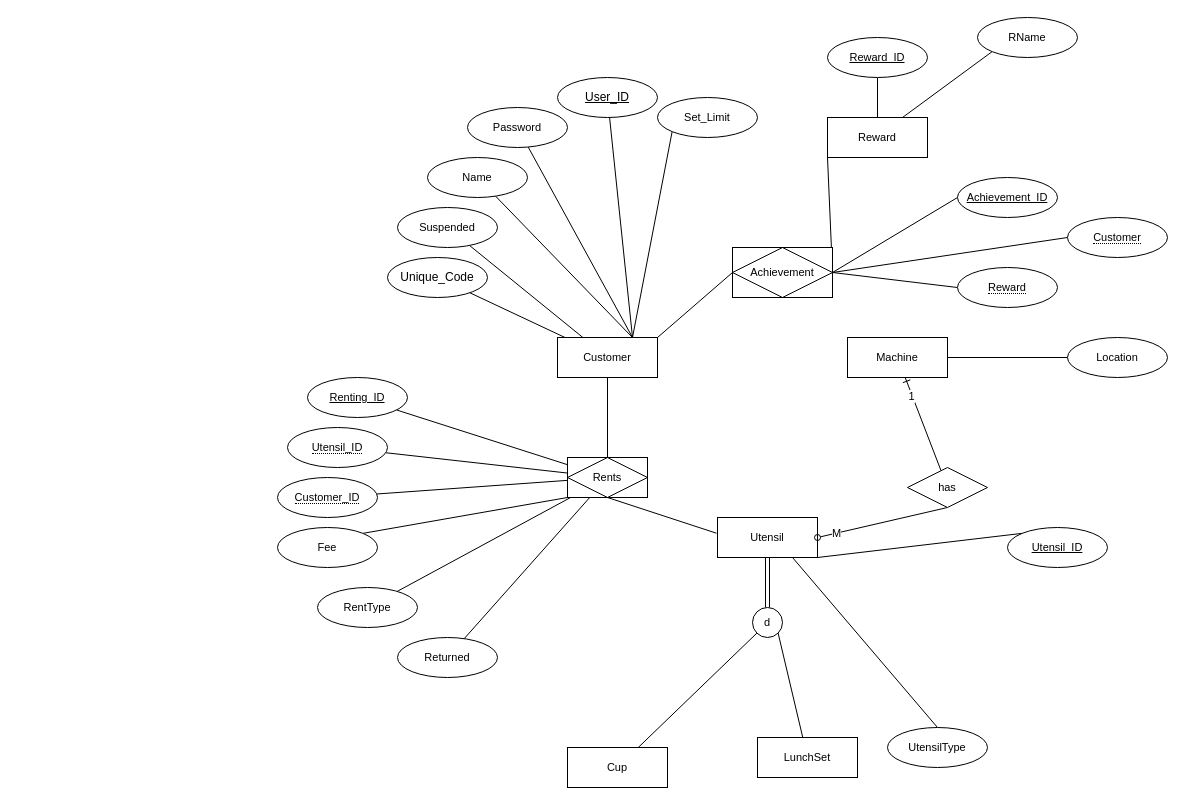
Before: page "Page-1" (1 of 3) of ERD.drawio in tp12356twNccu/OOP_1122_finalProject_Group12, a draw.io diagram. Source tidied: cells renumbered, new cells numbered last; positions are measured from the earlier drawing's top-left corner, leaving out a move shared by most shapes. Both pictures are drawn from the tidied source at 100%, with x=0, y=0 at pixel (277, 17).
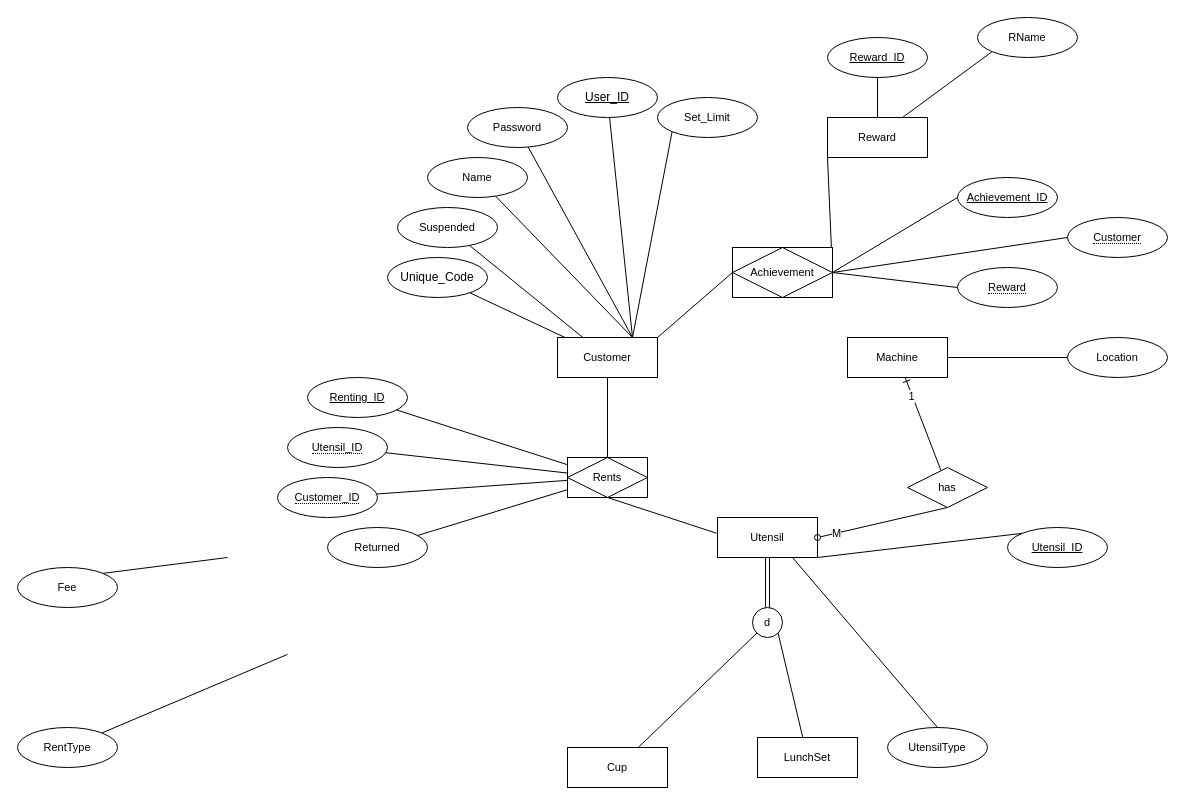
The same page after the edit.

The change refers to these unchanged cells:
```xml
<mxCell id="19" value="Rents" style="shape=associativeEntity;whiteSpace=wrap;html=1;align=center;fontFamily=Helvetica;fontSize=11;fontColor=default;labelBackgroundColor=default;" parent="1" vertex="1">
  <mxGeometry x="290" y="440" width="80" height="40" as="geometry" />
</mxCell>
```

What changed in the source:
```diff
@@
-    <mxCell id="29" style="edgeStyle=none;rounded=0;jettySize=auto;html=1;strokeColor=default;align=center;verticalAlign=middle;fontFamily=Helvetica;fontSize=11;fontColor=default;labelBackgroundColor=default;endArrow=none;endFill=0;" parent="1" edge="1" source="30" target="19">
-      <mxGeometry relative="1" as="geometry" />
+    <mxCell id="29" style="edgeStyle=none;rounded=0;jettySize=auto;html=1;strokeColor=default;align=center;verticalAlign=middle;fontFamily=Helvetica;fontSize=11;fontColor=default;labelBackgroundColor=default;endArrow=none;endFill=0;" parent="1" edge="1" source="30">
+      <mxGeometry relative="1" as="geometry">
+        <mxPoint x="10" y="636.9" as="targetPoint" />
+      </mxGeometry>
     </mxCell>
     <mxCell id="30" value="RentType" style="ellipse;whiteSpace=wrap;html=1;align=center;fontFamily=Helvetica;fontSize=11;fontColor=default;labelBackgroundColor=default;" parent="1" vertex="1">
-      <mxGeometry x="40" y="570" width="100" height="40" as="geometry" />
+      <mxGeometry x="-260" y="710" width="100" height="40" as="geometry" />
     </mxCell>
@@
-    <mxCell id="39" style="edgeStyle=none;rounded=0;jettySize=auto;html=1;exitX=1;exitY=0;exitDx=0;exitDy=0;entryX=0;entryY=1;entryDx=0;entryDy=0;strokeColor=default;align=center;verticalAlign=middle;fontFamily=Helvetica;fontSize=11;fontColor=default;labelBackgroundColor=default;endArrow=none;endFill=0;" parent="1" edge="1" source="40" target="19">
-      <mxGeometry relative="1" as="geometry" />
+    <mxCell id="39" style="edgeStyle=none;rounded=0;jettySize=auto;html=1;exitX=1;exitY=0;exitDx=0;exitDy=0;strokeColor=default;align=center;verticalAlign=middle;fontFamily=Helvetica;fontSize=11;fontColor=default;labelBackgroundColor=default;endArrow=none;endFill=0;" parent="1" edge="1" source="40">
+      <mxGeometry relative="1" as="geometry">
+        <mxPoint x="-50" y="540" as="targetPoint" />
+      </mxGeometry>
     </mxCell>
     <mxCell id="40" value="Fee" style="ellipse;whiteSpace=wrap;html=1;align=center;fontFamily=Helvetica;fontSize=11;fontColor=default;labelBackgroundColor=default;" parent="1" vertex="1">
-      <mxGeometry y="510" width="100" height="40" as="geometry" />
+      <mxGeometry x="-260" y="550" width="100" height="40" as="geometry" />
     </mxCell>
@@
     <mxCell id="42" value="Returned" style="ellipse;whiteSpace=wrap;html=1;align=center;fontFamily=Helvetica;fontSize=11;fontColor=default;labelBackgroundColor=default;" parent="1" vertex="1">
-      <mxGeometry x="120" y="620" width="100" height="40" as="geometry" />
+      <mxGeometry x="50" y="510" width="100" height="40" as="geometry" />
     </mxCell>
```
